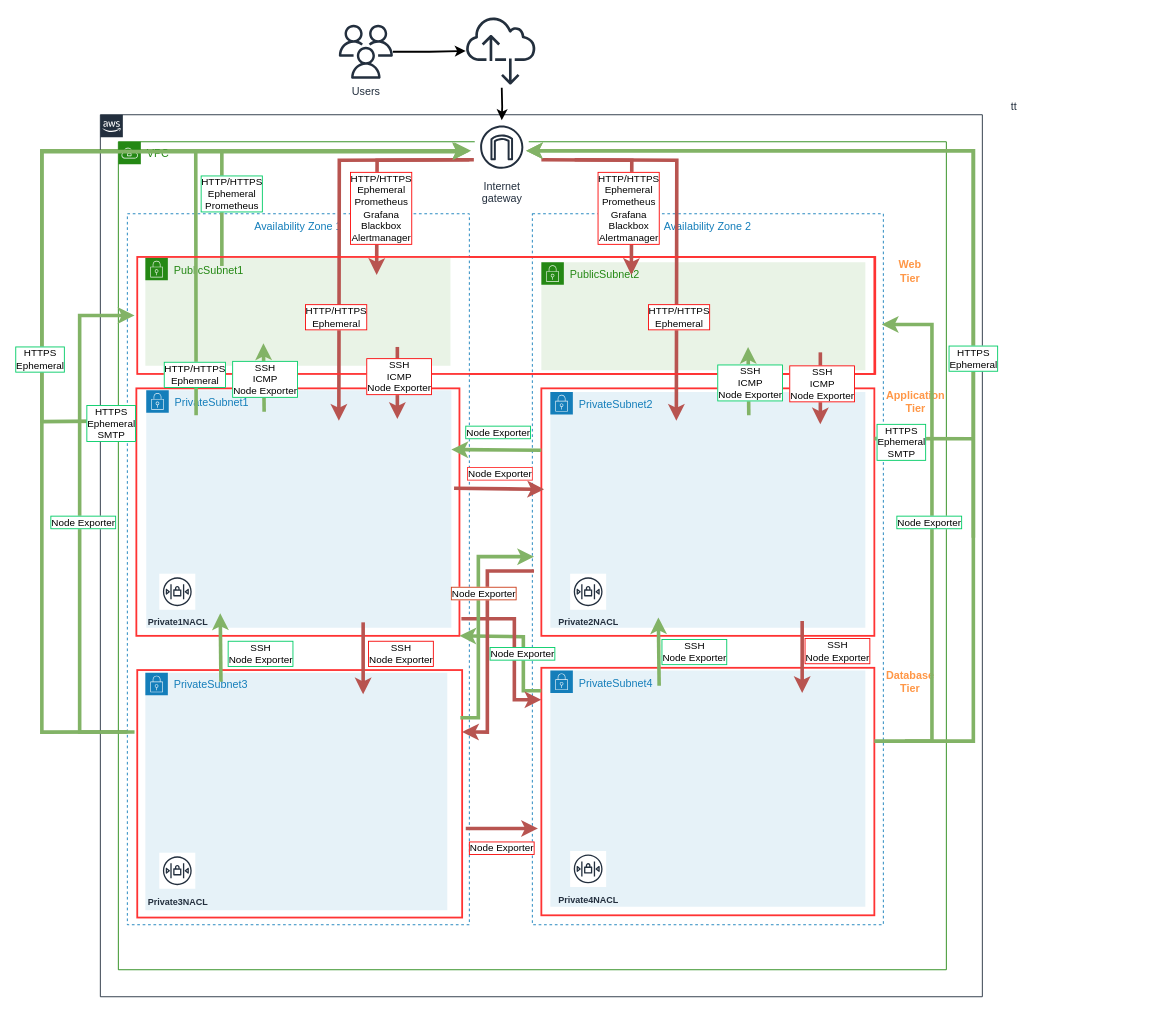
Earlier version of the draw.io diagram aws-iac/AWSInfraPort.drawio (blro-ep/ITCNE23-SEM-I). Source tidied: cells renumbered, new cells numbered last; positions are measured from the earlier drawing's top-left corner, leaving out a move shared by most shapes. Both pictures are drawn from the tidied source at 90%, with x=0, y=0 at pixel (41, 15).
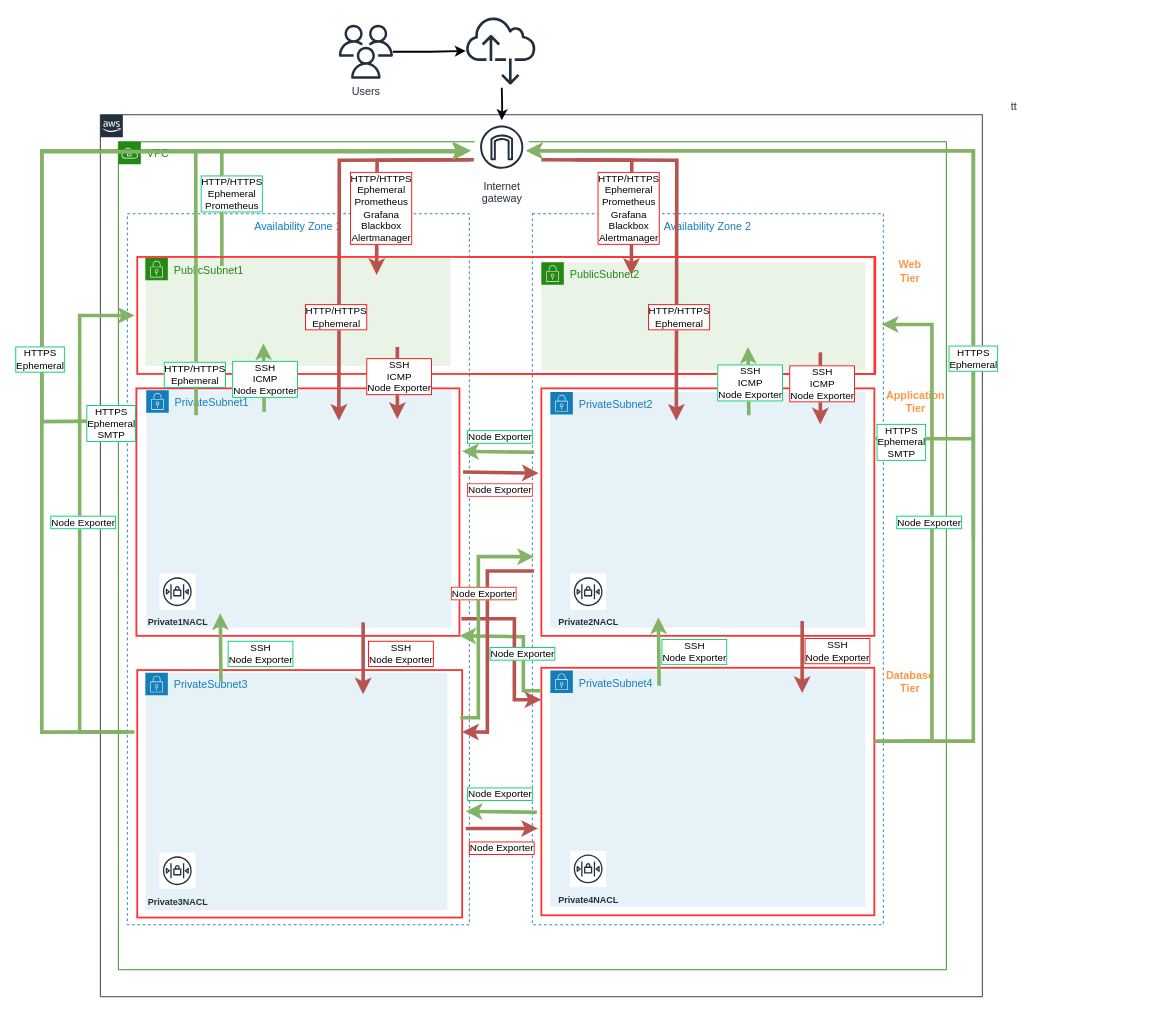
The same diagram, later.

Unchanged cells that the change refers to:
```xml
<mxCell id="11" value="&lt;blockquote style=&quot;margin: 0px 0px 0px 40px; border: none; padding: 0px; line-height: 0%;&quot;&gt;&lt;br&gt;&lt;/blockquote&gt;" style="rounded=0;whiteSpace=wrap;html=1;strokeColor=#FF3333;strokeWidth=2;fillColor=none;align=left;labelPosition=right;verticalLabelPosition=top;verticalAlign=bottom;fontColor=#FF0000;fontStyle=1;" parent="1" vertex="1">
  <mxGeometry x="555" y="414" width="370" height="275" as="geometry" />
</mxCell>
<mxCell id="13" value="PrivateSubnet1" style="points=[[0,0],[0.25,0],[0.5,0],[0.75,0],[1,0],[1,0.25],[1,0.5],[1,0.75],[1,1],[0.75,1],[0.5,1],[0.25,1],[0,1],[0,0.75],[0,0.5],[0,0.25]];outlineConnect=0;gradientColor=none;html=1;whiteSpace=wrap;fontSize=12;fontStyle=0;shape=mxgraph.aws4.group;grIcon=mxgraph.aws4.group_security_group;grStroke=0;strokeColor=#147EBA;fillColor=#E6F2F8;verticalAlign=top;align=left;spacingLeft=30;fontColor=#147EBA;dashed=0;" parent="1" vertex="1">
  <mxGeometry x="116" y="416" width="339" height="264" as="geometry" />
</mxCell>
```

Change to the diagram source:
```diff
@@
-    <mxCell id="37" style="endArrow=classic;html=1;rounded=0;exitX=0;exitY=0.25;exitDx=0;exitDy=0;strokeColor=#82b366;fillColor=#d5e8d4;strokeWidth=4;entryX=1;entryY=0.25;entryDx=0;entryDy=0;" parent="1" edge="1" source="11" target="13">
-      <mxGeometry relative="1" as="geometry" />
+    <mxCell id="37" style="endArrow=classic;html=1;rounded=0;strokeColor=#82b366;fillColor=#d5e8d4;strokeWidth=4;entryX=1;entryY=0.25;entryDx=0;entryDy=0;" parent="1" edge="1">
+      <mxGeometry relative="1" as="geometry">
+        <mxPoint x="547" y="485" as="sourcePoint" />
+        <mxPoint x="467" y="484" as="targetPoint" />
+      </mxGeometry>
     </mxCell>
     <mxCell id="38" value="Node Exporter" style="edgeLabel;html=1;align=center;verticalAlign=middle;fontColor=#000000;labelBorderColor=#00CC66;" parent="1" vertex="1">
-      <mxGeometry x="475" y="468" as="geometry">
+      <mxGeometry x="477" y="473" as="geometry">
         <mxPoint x="31" y="-6" as="offset" />
       </mxGeometry>
     </mxCell>
@@
-    <mxCell id="42" style="endArrow=classic;html=1;rounded=0;strokeWidth=4;exitX=1;exitY=0.5;exitDx=0;exitDy=0;fillColor=#f8cecc;strokeColor=#b85450;" parent="1" edge="1">
+    <mxCell id="42" style="endArrow=classic;html=1;rounded=0;strokeWidth=4;fillColor=#f8cecc;strokeColor=#b85450;" parent="1" edge="1">
       <mxGeometry relative="1" as="geometry">
-        <mxPoint x="458" y="525" as="sourcePoint" />
-        <mxPoint x="558" y="526.2" as="targetPoint" />
+        <mxPoint x="468" y="507" as="sourcePoint" />
+        <mxPoint x="552" y="508.2" as="targetPoint" />
       </mxGeometry>
     </mxCell>
     <mxCell id="43" value="Node Exporter" style="edgeLabel;html=1;align=center;verticalAlign=middle;fontColor=#000000;labelBorderColor=#FF3333;" parent="1" vertex="1">
-      <mxGeometry x="477" y="514" as="geometry">
+      <mxGeometry x="477" y="532" as="geometry">
         <mxPoint x="31" y="-6" as="offset" />
       </mxGeometry>
     </mxCell>
@@
+    <mxCell id="83" style="endArrow=classic;html=1;rounded=0;strokeColor=#82b366;fillColor=#d5e8d4;strokeWidth=4;entryX=1;entryY=0.25;entryDx=0;entryDy=0;" parent="1" edge="1">
+      <mxGeometry relative="1" as="geometry">
+        <mxPoint x="550" y="885" as="sourcePoint" />
+        <mxPoint x="471" y="884" as="targetPoint" />
+      </mxGeometry>
+    </mxCell>
+    <mxCell id="84" value="Node Exporter" style="edgeLabel;html=1;align=center;verticalAlign=middle;fontColor=#000000;labelBorderColor=#00CC66;" parent="1" vertex="1">
+      <mxGeometry x="477" y="870" as="geometry">
+        <mxPoint x="31" y="-6" as="offset" />
+      </mxGeometry>
+    </mxCell>
```
